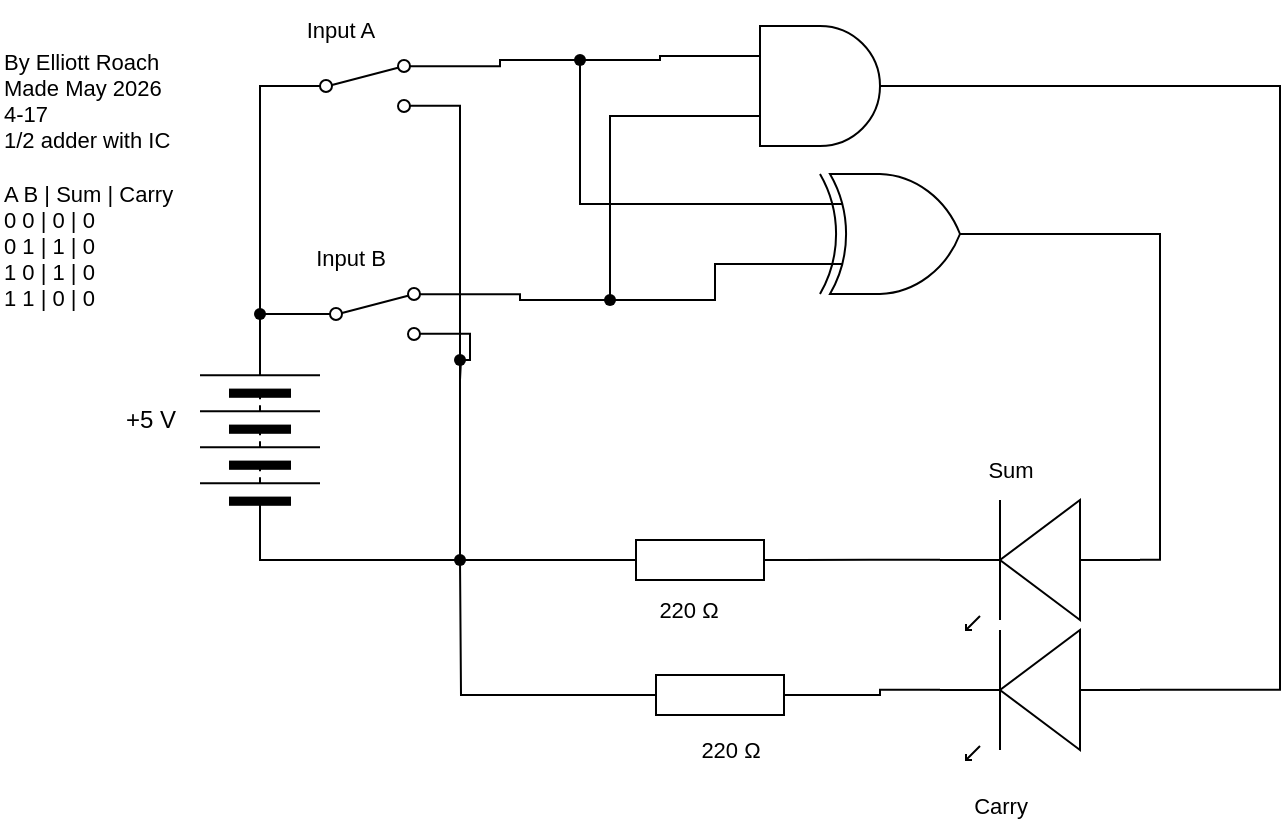
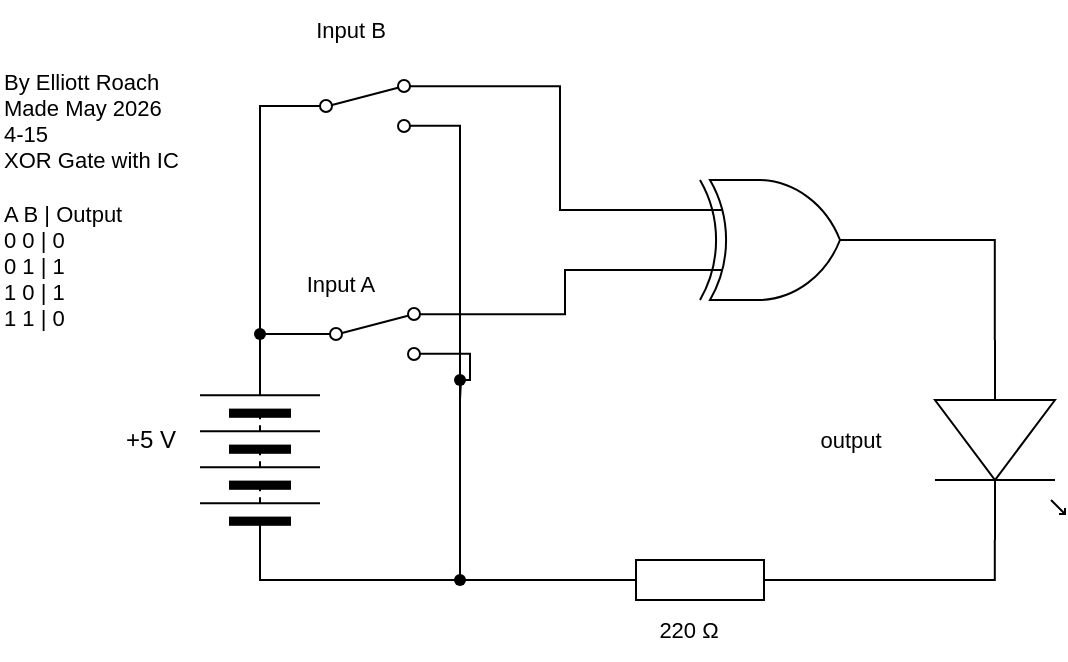
<mxfile host="65bd71144e">
    <diagram id="oby_NsngL4bM8tBB5w6z" name="Page-1">
-         <mxGraphModel dx="484" dy="1462" grid="1" gridSize="10" guides="1" tooltips="1" connect="1" arrows="1" fold="1" page="1" pageScale="1" pageWidth="850" pageHeight="1100" math="0" shadow="0">
+         <mxGraphModel dx="691" dy="1617" grid="1" gridSize="10" guides="1" tooltips="1" connect="1" arrows="1" fold="1" page="1" pageScale="1" pageWidth="850" pageHeight="1100" math="0" shadow="0">
            <root>
                <mxCell id="0"/>
                <mxCell id="1" parent="0"/>
                <mxCell id="3" value="" style="pointerEvents=1;verticalLabelPosition=bottom;shadow=0;dashed=0;align=center;html=1;verticalAlign=top;shape=mxgraph.electrical.resistors.resistor_1;rotation=0;" parent="1" vertex="1">
                    <mxGeometry x="430" y="110" width="100" height="20" as="geometry"/>
                </mxCell>
-                 <mxCell id="4" value="" style="verticalLabelPosition=bottom;shadow=0;dashed=0;align=center;html=1;verticalAlign=top;shape=mxgraph.electrical.opto_electronics.led_1;pointerEvents=1;rotation=-180;" parent="1" vertex="1">
-                     <mxGeometry x="600" y="90" width="100" height="65" as="geometry"/>
+                 <mxCell id="4" value="" style="verticalLabelPosition=bottom;shadow=0;dashed=0;align=center;html=1;verticalAlign=top;shape=mxgraph.electrical.opto_electronics.led_1;pointerEvents=1;rotation=90;" parent="1" vertex="1">
+                     <mxGeometry x="580" y="17.5" width="100" height="65" as="geometry"/>
                </mxCell>
                <mxCell id="8" style="edgeStyle=orthogonalEdgeStyle;shape=connector;curved=0;rounded=0;html=1;exitDx=0;exitDy=0;exitPerimeter=0;entryX=0;entryY=0.5;entryDx=0;entryDy=0;strokeColor=#000000;align=center;verticalAlign=middle;fontFamily=Helvetica;fontSize=11;fontColor=default;labelBackgroundColor=default;endArrow=none;endFill=0;" parent="1" source="18" target="11" edge="1">
                    <mxGeometry relative="1" as="geometry">
                        <mxPoint x="342.9" y="48.809999999999945" as="targetPoint"/>
                    </mxGeometry>
                </mxCell>
                <mxCell id="9" value="220&amp;nbsp;Ω" style="text;html=1;align=center;verticalAlign=middle;resizable=0;points=[];autosize=1;strokeColor=none;fillColor=none;fontFamily=Helvetica;fontSize=11;fontColor=default;labelBackgroundColor=default;" parent="1" vertex="1">
                    <mxGeometry x="449" y="130" width="50" height="30" as="geometry"/>
                </mxCell>
-                 <mxCell id="10" value="By Elliott Roach&lt;div&gt;Made May 2026&amp;nbsp;&lt;/div&gt;&lt;div&gt;4-17&lt;/div&gt;&lt;div&gt;1/2 adder with IC&lt;/div&gt;&lt;div&gt;&lt;br&gt;&lt;/div&gt;&lt;div&gt;A B | Sum | Carry&lt;/div&gt;&lt;div&gt;0 0 | 0 | 0&lt;/div&gt;&lt;div&gt;0 1 | 1 | 0&lt;/div&gt;&lt;div&gt;1 0 | 1 | 0&lt;/div&gt;&lt;div&gt;1 1 | 0 | 0&lt;/div&gt;" style="text;html=1;align=left;verticalAlign=middle;resizable=0;points=[];autosize=1;strokeColor=none;fillColor=none;fontFamily=Helvetica;fontSize=11;fontColor=default;labelBackgroundColor=default;" parent="1" vertex="1">
+                 <mxCell id="10" value="By Elliott Roach&lt;div&gt;Made May 2026&amp;nbsp;&lt;/div&gt;&lt;div&gt;4-15&lt;/div&gt;&lt;div&gt;XOR Gate with IC&lt;/div&gt;&lt;div&gt;&lt;br&gt;&lt;/div&gt;&lt;div&gt;A B | Output&lt;/div&gt;&lt;div&gt;0 0 | 0&lt;/div&gt;&lt;div&gt;0 1 | 1&lt;/div&gt;&lt;div&gt;1 0 | 1&lt;/div&gt;&lt;div&gt;1 1 | 0&lt;/div&gt;" style="text;html=1;align=left;verticalAlign=middle;resizable=0;points=[];autosize=1;strokeColor=none;fillColor=none;fontFamily=Helvetica;fontSize=11;fontColor=default;labelBackgroundColor=default;" parent="1" vertex="1">
                    <mxGeometry x="130" y="-145" width="110" height="150" as="geometry"/>
                </mxCell>
                <mxCell id="67" style="edgeStyle=orthogonalEdgeStyle;shape=connector;curved=0;rounded=0;html=1;exitX=1;exitY=0.5;exitDx=0;exitDy=0;entryX=0;entryY=0.5;entryDx=0;entryDy=0;strokeColor=#000000;align=center;verticalAlign=middle;fontFamily=Helvetica;fontSize=11;fontColor=default;labelBackgroundColor=default;endArrow=none;endFill=0;" parent="1" source="11" target="13" edge="1">
                    <mxGeometry relative="1" as="geometry"/>
                </mxCell>
                <mxCell id="11" value="" style="pointerEvents=1;verticalLabelPosition=bottom;shadow=0;dashed=0;align=center;html=1;verticalAlign=top;shape=mxgraph.electrical.miscellaneous.batteryStack;fontFamily=Helvetica;fontSize=11;fontColor=default;labelBackgroundColor=default;rotation=-90;" parent="1" vertex="1">
                    <mxGeometry x="210" y="30" width="100" height="60" as="geometry"/>
                </mxCell>
                <mxCell id="12" value="+5 V" style="text;html=1;align=center;verticalAlign=middle;resizable=0;points=[];autosize=1;strokeColor=none;fillColor=none;" parent="1" vertex="1">
                    <mxGeometry x="180" y="35" width="50" height="30" as="geometry"/>
                </mxCell>
                <mxCell id="16" style="edgeStyle=orthogonalEdgeStyle;shape=connector;curved=0;rounded=0;html=1;exitX=1;exitY=0.88;exitDx=0;exitDy=0;strokeColor=#000000;align=center;verticalAlign=middle;fontFamily=Helvetica;fontSize=11;fontColor=default;labelBackgroundColor=default;endArrow=none;endFill=0;" parent="1" source="13" edge="1">
                    <mxGeometry relative="1" as="geometry">
                        <mxPoint x="360" y="120" as="targetPoint"/>
                        <Array as="points">
                            <mxPoint x="360" y="-107"/>
                        </Array>
                    </mxGeometry>
                </mxCell>
                <mxCell id="13" value="" style="html=1;shape=mxgraph.electrical.electro-mechanical.twoWaySwitch;aspect=fixed;elSwitchState=2;fontFamily=Helvetica;fontSize=11;fontColor=default;labelBackgroundColor=default;" parent="1" vertex="1">
                    <mxGeometry x="275" y="-130" width="75" height="26" as="geometry"/>
                </mxCell>
                <mxCell id="18" value="" style="shape=waypoint;sketch=0;size=6;pointerEvents=1;points=[];fillColor=none;resizable=0;rotatable=0;perimeter=centerPerimeter;snapToPoint=1;fontFamily=Helvetica;fontSize=11;fontColor=default;labelBackgroundColor=default;" parent="1" vertex="1">
                    <mxGeometry x="350" y="110" width="20" height="20" as="geometry"/>
                </mxCell>
                <mxCell id="20" value="Input A" style="text;html=1;align=center;verticalAlign=middle;resizable=0;points=[];autosize=1;strokeColor=none;fillColor=none;fontFamily=Helvetica;fontSize=11;fontColor=default;labelBackgroundColor=default;" parent="1" vertex="1">
-                     <mxGeometry x="270" y="-160" width="60" height="30" as="geometry"/>
+                     <mxGeometry x="270" y="-43" width="60" height="30" as="geometry"/>
                </mxCell>
                <mxCell id="23" style="edgeStyle=orthogonalEdgeStyle;shape=connector;curved=0;rounded=0;html=1;exitX=1;exitY=0.54;exitDx=0;exitDy=0;exitPerimeter=0;entryX=1;entryY=0.5;entryDx=0;entryDy=0;entryPerimeter=0;strokeColor=#000000;align=center;verticalAlign=middle;fontFamily=Helvetica;fontSize=11;fontColor=default;labelBackgroundColor=default;endArrow=none;endFill=0;" parent="1" source="4" target="3" edge="1">
                    <mxGeometry relative="1" as="geometry"/>
                </mxCell>
                <mxCell id="24" style="edgeStyle=orthogonalEdgeStyle;shape=connector;curved=0;rounded=0;html=1;exitX=0;exitY=0.5;exitDx=0;exitDy=0;exitPerimeter=0;entryX=0.549;entryY=0.654;entryDx=0;entryDy=0;entryPerimeter=0;strokeColor=#000000;align=center;verticalAlign=middle;fontFamily=Helvetica;fontSize=11;fontColor=default;labelBackgroundColor=default;endArrow=none;endFill=0;" parent="1" source="3" target="18" edge="1">
                    <mxGeometry relative="1" as="geometry">
                        <Array as="points">
                            <mxPoint x="380" y="120"/>
                            <mxPoint x="380" y="120"/>
                        </Array>
                    </mxGeometry>
                </mxCell>
-                 <mxCell id="34" value="Sum" style="text;html=1;align=center;verticalAlign=middle;resizable=0;points=[];autosize=1;strokeColor=none;fillColor=none;fontFamily=Helvetica;fontSize=11;fontColor=default;labelBackgroundColor=default;" parent="1" vertex="1">
-                     <mxGeometry x="610" y="60" width="50" height="30" as="geometry"/>
+                 <mxCell id="34" value="output" style="text;html=1;align=center;verticalAlign=middle;resizable=0;points=[];autosize=1;strokeColor=none;fillColor=none;fontFamily=Helvetica;fontSize=11;fontColor=default;labelBackgroundColor=default;" parent="1" vertex="1">
+                     <mxGeometry x="530" y="35" width="50" height="30" as="geometry"/>
                </mxCell>
                <mxCell id="68" style="edgeStyle=orthogonalEdgeStyle;shape=connector;curved=0;rounded=0;html=1;exitDx=0;exitDy=0;entryX=1;entryY=0.5;entryDx=0;entryDy=0;strokeColor=#000000;align=center;verticalAlign=middle;fontFamily=Helvetica;fontSize=11;fontColor=default;labelBackgroundColor=default;endArrow=none;endFill=0;" parent="1" source="69" target="11" edge="1">
                    <mxGeometry relative="1" as="geometry"/>
                </mxCell>
                <mxCell id="65" value="" style="html=1;shape=mxgraph.electrical.electro-mechanical.twoWaySwitch;aspect=fixed;elSwitchState=2;fontFamily=Helvetica;fontSize=11;fontColor=default;labelBackgroundColor=default;" parent="1" vertex="1">
                    <mxGeometry x="280" y="-16" width="75" height="26" as="geometry"/>
                </mxCell>
                <mxCell id="70" value="" style="edgeStyle=orthogonalEdgeStyle;shape=connector;curved=0;rounded=0;html=1;exitX=0;exitY=0.5;exitDx=0;exitDy=0;entryDx=0;entryDy=0;strokeColor=#000000;align=center;verticalAlign=middle;fontFamily=Helvetica;fontSize=11;fontColor=default;labelBackgroundColor=default;endArrow=none;endFill=0;" parent="1" source="65" target="69" edge="1">
                    <mxGeometry relative="1" as="geometry">
                        <mxPoint x="280" y="-3" as="sourcePoint"/>
                        <mxPoint x="260" y="10" as="targetPoint"/>
                    </mxGeometry>
                </mxCell>
                <mxCell id="69" value="" style="shape=waypoint;sketch=0;size=6;pointerEvents=1;points=[];fillColor=none;resizable=0;rotatable=0;perimeter=centerPerimeter;snapToPoint=1;fontFamily=Helvetica;fontSize=11;fontColor=default;labelBackgroundColor=default;" parent="1" vertex="1">
                    <mxGeometry x="250" y="-13" width="20" height="20" as="geometry"/>
                </mxCell>
                <mxCell id="73" value="" style="shape=waypoint;sketch=0;size=6;pointerEvents=1;points=[];fillColor=none;resizable=0;rotatable=0;perimeter=centerPerimeter;snapToPoint=1;fontFamily=Helvetica;fontSize=11;fontColor=default;labelBackgroundColor=default;" parent="1" vertex="1">
                    <mxGeometry x="350" y="10" width="20" height="20" as="geometry"/>
                </mxCell>
                <mxCell id="75" style="edgeStyle=orthogonalEdgeStyle;shape=connector;curved=0;rounded=0;html=1;exitX=1;exitY=0.88;exitDx=0;exitDy=0;strokeColor=#000000;align=center;verticalAlign=middle;fontFamily=Helvetica;fontSize=11;fontColor=default;labelBackgroundColor=default;endArrow=none;endFill=0;" parent="1" source="65" edge="1">
                    <mxGeometry relative="1" as="geometry">
                        <mxPoint x="360" y="30" as="targetPoint"/>
                    </mxGeometry>
                </mxCell>
-                 <mxCell id="78" style="edgeStyle=orthogonalEdgeStyle;shape=connector;curved=0;rounded=0;html=1;exitDx=0;exitDy=0;exitPerimeter=0;entryX=1;entryY=0.12;entryDx=0;entryDy=0;strokeColor=#000000;align=center;verticalAlign=middle;fontFamily=Helvetica;fontSize=11;fontColor=default;labelBackgroundColor=default;endArrow=none;endFill=0;" parent="1" source="117" target="13" edge="1">
+                 <mxCell id="78" style="edgeStyle=orthogonalEdgeStyle;shape=connector;curved=0;rounded=0;html=1;exitX=0;exitY=0.25;exitDx=0;exitDy=0;exitPerimeter=0;entryX=1;entryY=0.12;entryDx=0;entryDy=0;strokeColor=#000000;align=center;verticalAlign=middle;fontFamily=Helvetica;fontSize=11;fontColor=default;labelBackgroundColor=default;endArrow=none;endFill=0;" parent="1" source="103" target="13" edge="1">
                    <mxGeometry relative="1" as="geometry">
-                         <mxPoint x="470" y="-65" as="sourcePoint"/>
+                         <mxPoint x="449" y="-134" as="sourcePoint"/>
                    </mxGeometry>
                </mxCell>
-                 <mxCell id="79" style="edgeStyle=orthogonalEdgeStyle;shape=connector;curved=0;rounded=0;html=1;exitDx=0;exitDy=0;entryX=0;entryY=0.75;entryDx=0;entryDy=0;entryPerimeter=0;strokeColor=#000000;align=center;verticalAlign=middle;fontFamily=Helvetica;fontSize=11;fontColor=default;labelBackgroundColor=default;endArrow=none;endFill=0;" parent="1" source="114" target="109" edge="1">
+                 <mxCell id="79" style="edgeStyle=orthogonalEdgeStyle;shape=connector;curved=0;rounded=0;html=1;exitX=1;exitY=0.12;exitDx=0;exitDy=0;entryX=0;entryY=0.75;entryDx=0;entryDy=0;entryPerimeter=0;strokeColor=#000000;align=center;verticalAlign=middle;fontFamily=Helvetica;fontSize=11;fontColor=default;labelBackgroundColor=default;endArrow=none;endFill=0;" parent="1" source="65" target="103" edge="1">
                    <mxGeometry relative="1" as="geometry">
-                         <mxPoint x="470" y="-35" as="targetPoint"/>
-                         <Array as="points">
-                             <mxPoint x="435" y="-102"/>
-                         </Array>
+                         <mxPoint x="399" y="-13" as="targetPoint"/>
                    </mxGeometry>
                </mxCell>
                <mxCell id="80" value="Input B" style="text;html=1;align=center;verticalAlign=middle;resizable=0;points=[];autosize=1;strokeColor=none;fillColor=none;fontFamily=Helvetica;fontSize=11;fontColor=default;labelBackgroundColor=default;" parent="1" vertex="1">
-                     <mxGeometry x="270" y="-46" width="70" height="30" as="geometry"/>
+                     <mxGeometry x="270" y="-170" width="70" height="30" as="geometry"/>
                </mxCell>
-                 <mxCell id="100" style="edgeStyle=orthogonalEdgeStyle;shape=connector;curved=0;rounded=0;html=1;exitX=1;exitY=0.5;exitDx=0;exitDy=0;exitPerimeter=0;entryX=0;entryY=0.54;entryDx=0;entryDy=0;entryPerimeter=0;strokeColor=#000000;align=center;verticalAlign=middle;fontFamily=Helvetica;fontSize=11;fontColor=default;labelBackgroundColor=default;endArrow=none;endFill=0;" parent="1" source="112" target="4" edge="1">
+                 <mxCell id="100" style="edgeStyle=orthogonalEdgeStyle;shape=connector;curved=0;rounded=0;html=1;exitX=1;exitY=0.5;exitDx=0;exitDy=0;exitPerimeter=0;entryX=0;entryY=0.54;entryDx=0;entryDy=0;entryPerimeter=0;strokeColor=#000000;align=center;verticalAlign=middle;fontFamily=Helvetica;fontSize=11;fontColor=default;labelBackgroundColor=default;endArrow=none;endFill=0;" parent="1" source="103" target="4" edge="1">
                    <mxGeometry relative="1" as="geometry">
-                         <mxPoint x="570" y="-50" as="sourcePoint"/>
+                         <mxPoint x="790" y="-88" as="sourcePoint"/>
                    </mxGeometry>
                </mxCell>
-                 <mxCell id="104" value="" style="verticalLabelPosition=bottom;shadow=0;dashed=0;align=center;html=1;verticalAlign=top;shape=mxgraph.electrical.opto_electronics.led_1;pointerEvents=1;rotation=-180;" vertex="1" parent="1">
-                     <mxGeometry x="600" y="155" width="100" height="65" as="geometry"/>
-                 </mxCell>
-                 <mxCell id="108" style="edgeStyle=orthogonalEdgeStyle;shape=connector;curved=0;rounded=0;html=1;exitX=0;exitY=0.5;exitDx=0;exitDy=0;exitPerimeter=0;strokeColor=#000000;align=center;verticalAlign=middle;fontFamily=Helvetica;fontSize=11;fontColor=default;labelBackgroundColor=default;endArrow=none;endFill=0;" edge="1" parent="1" source="105">
-                     <mxGeometry relative="1" as="geometry">
-                         <mxPoint x="360" y="120" as="targetPoint"/>
-                     </mxGeometry>
-                 </mxCell>
-                 <mxCell id="105" value="" style="pointerEvents=1;verticalLabelPosition=bottom;shadow=0;dashed=0;align=center;html=1;verticalAlign=top;shape=mxgraph.electrical.resistors.resistor_1;rotation=0;" vertex="1" parent="1">
-                     <mxGeometry x="440" y="177.5" width="100" height="20" as="geometry"/>
-                 </mxCell>
-                 <mxCell id="106" value="220&amp;nbsp;Ω" style="text;html=1;align=center;verticalAlign=middle;resizable=0;points=[];autosize=1;strokeColor=none;fillColor=none;fontFamily=Helvetica;fontSize=11;fontColor=default;labelBackgroundColor=default;" vertex="1" parent="1">
-                     <mxGeometry x="470" y="200" width="50" height="30" as="geometry"/>
-                 </mxCell>
-                 <mxCell id="107" style="edgeStyle=orthogonalEdgeStyle;shape=connector;curved=0;rounded=0;html=1;exitX=1;exitY=0.54;exitDx=0;exitDy=0;exitPerimeter=0;entryX=1;entryY=0.5;entryDx=0;entryDy=0;entryPerimeter=0;strokeColor=#000000;align=center;verticalAlign=middle;fontFamily=Helvetica;fontSize=11;fontColor=default;labelBackgroundColor=default;endArrow=none;endFill=0;" edge="1" parent="1" source="104" target="105">
-                     <mxGeometry relative="1" as="geometry"/>
-                 </mxCell>
-                 <mxCell id="110" style="edgeStyle=orthogonalEdgeStyle;shape=connector;curved=0;rounded=0;html=1;exitX=1;exitY=0.5;exitDx=0;exitDy=0;exitPerimeter=0;strokeColor=#000000;align=center;verticalAlign=middle;fontFamily=Helvetica;fontSize=11;fontColor=default;labelBackgroundColor=default;endArrow=none;endFill=0;entryX=0;entryY=0.54;entryDx=0;entryDy=0;entryPerimeter=0;" edge="1" parent="1" source="109" target="104">
-                     <mxGeometry relative="1" as="geometry">
-                         <mxPoint x="800" y="20" as="targetPoint"/>
-                         <Array as="points">
-                             <mxPoint x="770" y="-117"/>
-                             <mxPoint x="770" y="185"/>
-                         </Array>
-                     </mxGeometry>
-                 </mxCell>
-                 <mxCell id="109" value="" style="verticalLabelPosition=bottom;shadow=0;dashed=0;align=center;html=1;verticalAlign=top;shape=mxgraph.electrical.logic_gates.logic_gate;operation=and;fontFamily=Helvetica;fontSize=11;fontColor=default;labelBackgroundColor=default;" vertex="1" parent="1">
-                     <mxGeometry x="490" y="-147" width="100" height="60" as="geometry"/>
-                 </mxCell>
-                 <mxCell id="111" value="Carry" style="text;html=1;align=center;verticalAlign=middle;resizable=0;points=[];autosize=1;strokeColor=none;fillColor=none;fontFamily=Helvetica;fontSize=11;fontColor=default;labelBackgroundColor=default;" vertex="1" parent="1">
-                     <mxGeometry x="605" y="228" width="50" height="30" as="geometry"/>
-                 </mxCell>
-                 <mxCell id="116" style="edgeStyle=orthogonalEdgeStyle;shape=connector;curved=0;rounded=0;html=1;exitX=0;exitY=0.75;exitDx=0;exitDy=0;exitPerimeter=0;strokeColor=#000000;align=center;verticalAlign=middle;fontFamily=Helvetica;fontSize=11;fontColor=default;labelBackgroundColor=default;endArrow=none;endFill=0;" edge="1" parent="1" source="112" target="114">
-                     <mxGeometry relative="1" as="geometry"/>
-                 </mxCell>
-                 <mxCell id="112" value="" style="verticalLabelPosition=bottom;shadow=0;dashed=0;align=center;html=1;verticalAlign=top;shape=mxgraph.electrical.logic_gates.logic_gate;operation=xor;fontFamily=Helvetica;fontSize=11;fontColor=default;labelBackgroundColor=default;" vertex="1" parent="1">
-                     <mxGeometry x="530" y="-73" width="100" height="60" as="geometry"/>
-                 </mxCell>
-                 <mxCell id="115" value="" style="edgeStyle=orthogonalEdgeStyle;shape=connector;curved=0;rounded=0;html=1;exitX=1;exitY=0.12;exitDx=0;exitDy=0;entryDx=0;entryDy=0;entryPerimeter=0;strokeColor=#000000;align=center;verticalAlign=middle;fontFamily=Helvetica;fontSize=11;fontColor=default;labelBackgroundColor=default;endArrow=none;endFill=0;" edge="1" parent="1" source="65" target="114">
-                     <mxGeometry relative="1" as="geometry">
-                         <mxPoint x="490" y="-102" as="targetPoint"/>
-                         <mxPoint x="355" y="-13" as="sourcePoint"/>
-                     </mxGeometry>
-                 </mxCell>
-                 <mxCell id="114" value="" style="shape=waypoint;sketch=0;size=6;pointerEvents=1;points=[];fillColor=none;resizable=0;rotatable=0;perimeter=centerPerimeter;snapToPoint=1;fontFamily=Helvetica;fontSize=11;fontColor=default;labelBackgroundColor=default;" vertex="1" parent="1">
-                     <mxGeometry x="425" y="-20" width="20" height="20" as="geometry"/>
-                 </mxCell>
-                 <mxCell id="118" value="" style="edgeStyle=orthogonalEdgeStyle;shape=connector;curved=0;rounded=0;html=1;exitX=0;exitY=0.25;exitDx=0;exitDy=0;exitPerimeter=0;entryDx=0;entryDy=0;strokeColor=#000000;align=center;verticalAlign=middle;fontFamily=Helvetica;fontSize=11;fontColor=default;labelBackgroundColor=default;endArrow=none;endFill=0;" edge="1" parent="1" source="109" target="117">
-                     <mxGeometry relative="1" as="geometry">
-                         <mxPoint x="490" y="-132" as="sourcePoint"/>
-                         <mxPoint x="350" y="-127" as="targetPoint"/>
-                     </mxGeometry>
-                 </mxCell>
-                 <mxCell id="117" value="" style="shape=waypoint;sketch=0;size=6;pointerEvents=1;points=[];fillColor=none;resizable=0;rotatable=0;perimeter=centerPerimeter;snapToPoint=1;fontFamily=Helvetica;fontSize=11;fontColor=default;labelBackgroundColor=default;" vertex="1" parent="1">
-                     <mxGeometry x="410" y="-140" width="20" height="20" as="geometry"/>
-                 </mxCell>
-                 <mxCell id="119" style="edgeStyle=orthogonalEdgeStyle;shape=connector;curved=0;rounded=0;html=1;exitX=0;exitY=0.25;exitDx=0;exitDy=0;exitPerimeter=0;entryX=0.6;entryY=0.85;entryDx=0;entryDy=0;entryPerimeter=0;strokeColor=#000000;align=center;verticalAlign=middle;fontFamily=Helvetica;fontSize=11;fontColor=default;labelBackgroundColor=default;endArrow=none;endFill=0;" edge="1" parent="1" source="112" target="117">
-                     <mxGeometry relative="1" as="geometry"/>
+                 <mxCell id="103" value="" style="verticalLabelPosition=bottom;shadow=0;dashed=0;align=center;html=1;verticalAlign=top;shape=mxgraph.electrical.logic_gates.logic_gate;operation=xor;fontFamily=Helvetica;fontSize=11;fontColor=default;labelBackgroundColor=default;" vertex="1" parent="1">
+                     <mxGeometry x="470" y="-80" width="100" height="60" as="geometry"/>
                </mxCell>
            </root>
        </mxGraphModel>
    </diagram>
</mxfile>